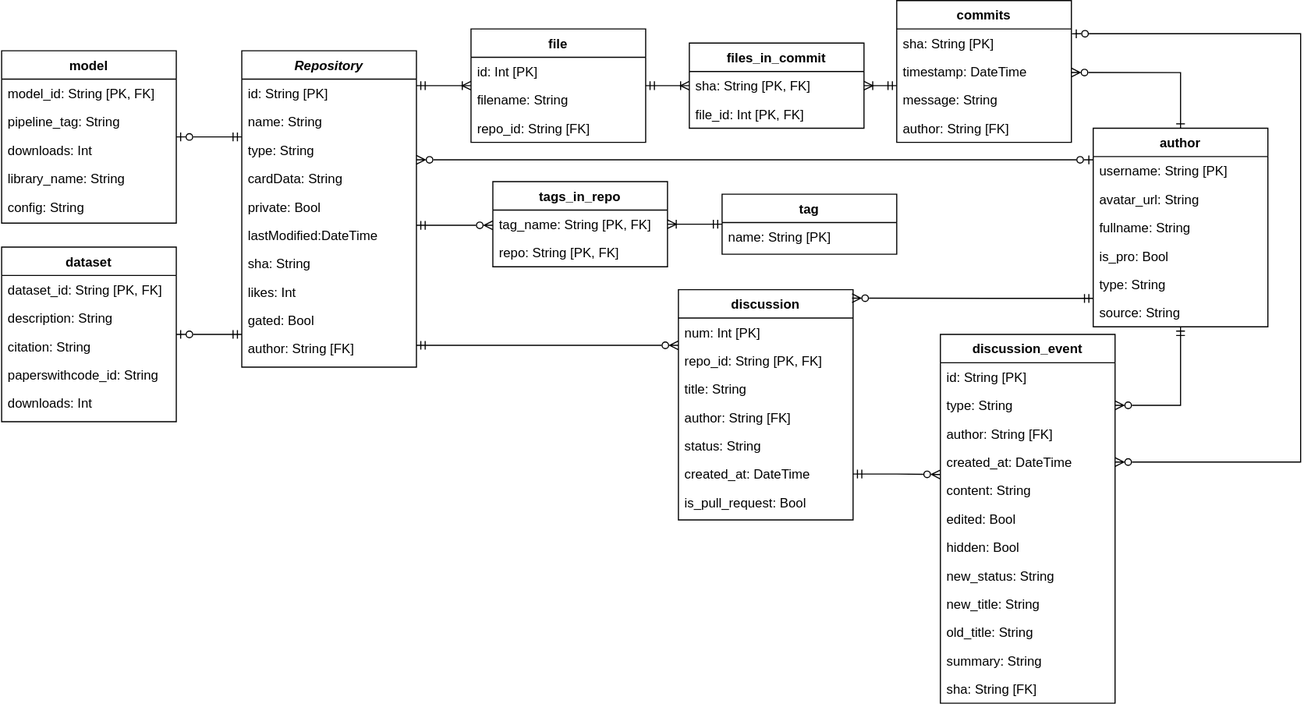
Before: resources/figs/databaseDiagram.svg, a diagram exported from draw.io (SOM-Research/HFCommunity). Source tidied: cells renumbered, new cells last; positions are measured from the earlier drawing's top-left corner, leaving out a move shared by most shapes.
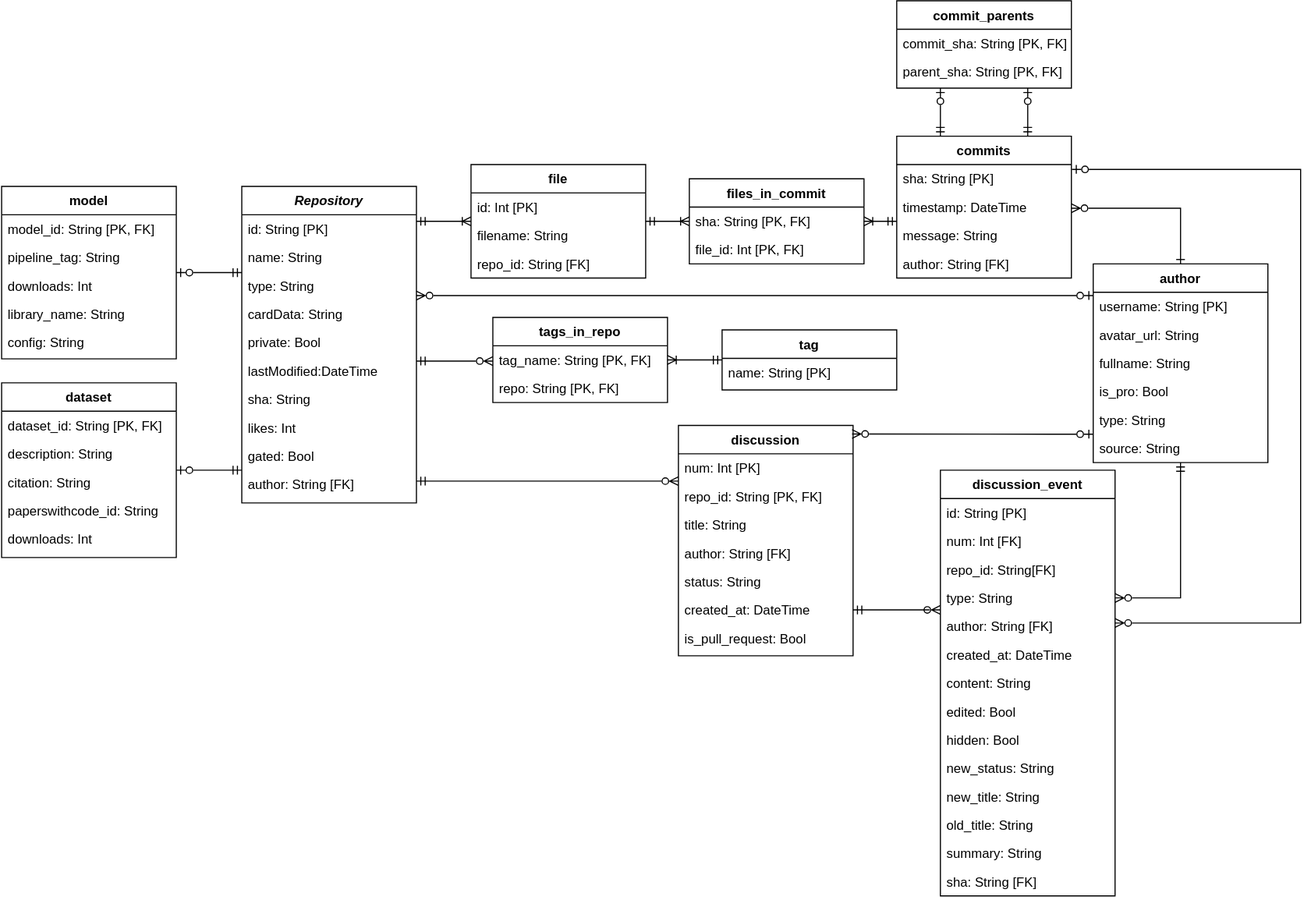
The same diagram one commit later.

Diff of the diagram source:
```diff
@@ -219,6 +219,22 @@
         </Array>
       </mxGeometry>
     </mxCell>
+    <mxCell id="84" style="edgeStyle=orthogonalEdgeStyle;rounded=0;jettySize=auto;html=1;exitX=0.25;exitY=0;exitDx=0;exitDy=0;startArrow=ERmandOne;startFill=0;endArrow=ERzeroToOne;endFill=0;" parent="1" edge="1" source="62" target="88">
+      <mxGeometry relative="1" as="geometry">
+        <Array as="points">
+          <mxPoint x="860" y="-14" />
+          <mxPoint x="860" y="-14" />
+        </Array>
+      </mxGeometry>
+    </mxCell>
+    <mxCell id="85" style="edgeStyle=orthogonalEdgeStyle;rounded=0;jettySize=auto;html=1;exitX=0.75;exitY=0;exitDx=0;exitDy=0;startArrow=ERmandOne;startFill=0;endArrow=ERzeroToOne;endFill=0;" parent="1" edge="1" source="62" target="88">
+      <mxGeometry relative="1" as="geometry">
+        <Array as="points">
+          <mxPoint x="940" y="-14" />
+          <mxPoint x="940" y="-14" />
+        </Array>
+      </mxGeometry>
+    </mxCell>
     <mxCell id="62" value="commits" style="swimlane;fontStyle=1;align=center;verticalAlign=top;horizontal=1;startSize=26;rounded=0;shadow=0;strokeWidth=1;strokeColor=#000000;" parent="1" vertex="1">
       <mxGeometry x="820" width="160" height="130" as="geometry" />
     </mxCell>
@@ -235,45 +251,51 @@
       <mxGeometry y="104" width="160" height="26" as="geometry" />
     </mxCell>
     <mxCell id="67" value="discussion_event" style="swimlane;fontStyle=1;align=center;verticalAlign=top;horizontal=1;startSize=26;rounded=0;shadow=0;strokeWidth=1;strokeColor=#000000;" parent="1" vertex="1">
-      <mxGeometry x="860" y="306" width="160" height="338" as="geometry" />
+      <mxGeometry x="860" y="306" width="160" height="390" as="geometry" />
     </mxCell>
     <mxCell id="68" value="id: String [PK]" style="text;align=left;verticalAlign=top;spacingLeft=4;spacingRight=4;overflow=hidden;strokeWidth=2;" parent="67" vertex="1">
       <mxGeometry y="26" width="160" height="26" as="geometry" />
     </mxCell>
+    <mxCell id="86" value="num: Int [FK]" style="text;align=left;verticalAlign=top;spacingLeft=4;spacingRight=4;overflow=hidden;strokeWidth=2;" parent="67" vertex="1">
+      <mxGeometry y="52" width="160" height="26" as="geometry" />
+    </mxCell>
+    <mxCell id="87" value="repo_id: String[FK]" style="text;align=left;verticalAlign=top;spacingLeft=4;spacingRight=4;overflow=hidden;strokeWidth=2;" parent="67" vertex="1">
+      <mxGeometry y="78" width="160" height="26" as="geometry" />
+    </mxCell>
     <mxCell id="69" value="type: String" style="text;align=left;verticalAlign=top;spacingLeft=4;spacingRight=4;overflow=hidden;points=[[0,0.5],[1,0.5]];portConstraint=eastwest;rounded=0;shadow=0;html=0;strokeWidth=2;" parent="67" vertex="1">
-      <mxGeometry y="52" width="160" height="26" as="geometry" />
+      <mxGeometry y="104" width="160" height="26" as="geometry" />
     </mxCell>
     <mxCell id="70" value="author: String [FK]" style="text;align=left;verticalAlign=top;spacingLeft=4;spacingRight=4;overflow=hidden;rounded=0;shadow=0;html=0;strokeWidth=2;" parent="67" vertex="1">
-      <mxGeometry y="78" width="160" height="26" as="geometry" />
+      <mxGeometry y="130" width="160" height="26" as="geometry" />
     </mxCell>
     <mxCell id="71" value="created_at: DateTime" style="text;align=left;verticalAlign=top;spacingLeft=4;spacingRight=4;overflow=hidden;points=[[0,0.5],[1,0.5]];portConstraint=eastwest;rounded=0;shadow=0;html=0;strokeWidth=2;" parent="67" vertex="1">
-      <mxGeometry y="104" width="160" height="26" as="geometry" />
+      <mxGeometry y="156" width="160" height="26" as="geometry" />
     </mxCell>
     <mxCell id="72" value="content: String" style="text;align=left;verticalAlign=top;spacingLeft=4;spacingRight=4;overflow=hidden;rounded=0;shadow=0;html=0;strokeWidth=2;" parent="67" vertex="1">
-      <mxGeometry y="130" width="160" height="26" as="geometry" />
+      <mxGeometry y="182" width="160" height="26" as="geometry" />
     </mxCell>
     <mxCell id="73" value="edited: Bool" style="text;align=left;verticalAlign=top;spacingLeft=4;spacingRight=4;overflow=hidden;rounded=0;shadow=0;html=0;strokeWidth=2;" parent="67" vertex="1">
-      <mxGeometry y="156" width="160" height="26" as="geometry" />
+      <mxGeometry y="208" width="160" height="26" as="geometry" />
     </mxCell>
     <mxCell id="74" value="hidden: Bool" style="text;align=left;verticalAlign=top;spacingLeft=4;spacingRight=4;overflow=hidden;rounded=0;shadow=0;html=0;strokeWidth=2;" parent="67" vertex="1">
-      <mxGeometry y="182" width="160" height="26" as="geometry" />
+      <mxGeometry y="234" width="160" height="26" as="geometry" />
     </mxCell>
     <mxCell id="75" value="new_status: String" style="text;align=left;verticalAlign=top;spacingLeft=4;spacingRight=4;overflow=hidden;rounded=0;shadow=0;html=0;strokeWidth=2;" parent="67" vertex="1">
-      <mxGeometry y="208" width="160" height="26" as="geometry" />
+      <mxGeometry y="260" width="160" height="26" as="geometry" />
     </mxCell>
     <mxCell id="76" value="new_title: String" style="text;align=left;verticalAlign=top;spacingLeft=4;spacingRight=4;overflow=hidden;rounded=0;shadow=0;html=0;strokeWidth=2;" parent="67" vertex="1">
-      <mxGeometry y="234" width="160" height="26" as="geometry" />
+      <mxGeometry y="286" width="160" height="26" as="geometry" />
     </mxCell>
     <mxCell id="77" value="old_title: String" style="text;align=left;verticalAlign=top;spacingLeft=4;spacingRight=4;overflow=hidden;rounded=0;shadow=0;html=0;strokeWidth=2;" parent="67" vertex="1">
-      <mxGeometry y="260" width="160" height="26" as="geometry" />
+      <mxGeometry y="312" width="160" height="26" as="geometry" />
     </mxCell>
     <mxCell id="78" value="summary: String" style="text;align=left;verticalAlign=top;spacingLeft=4;spacingRight=4;overflow=hidden;rounded=0;shadow=0;html=0;strokeWidth=2;" parent="67" vertex="1">
-      <mxGeometry y="286" width="160" height="26" as="geometry" />
+      <mxGeometry y="338" width="160" height="26" as="geometry" />
     </mxCell>
     <mxCell id="79" value="sha: String [FK]" style="text;align=left;verticalAlign=top;spacingLeft=4;spacingRight=4;overflow=hidden;rounded=0;shadow=0;html=0;strokeWidth=2;" parent="67" vertex="1">
-      <mxGeometry y="312" width="160" height="26" as="geometry" />
+      <mxGeometry y="364" width="160" height="26" as="geometry" />
     </mxCell>
-    <mxCell id="80" style="edgeStyle=orthogonalEdgeStyle;rounded=0;jettySize=auto;html=1;entryX=0.994;entryY=0.037;entryDx=0;entryDy=0;entryPerimeter=0;startArrow=ERmandOne;startFill=0;endArrow=ERzeroToMany;endFill=0;" parent="1" edge="1" source="26" target="18">
+    <mxCell id="80" style="edgeStyle=orthogonalEdgeStyle;rounded=0;jettySize=auto;html=1;entryX=0.994;entryY=0.037;entryDx=0;entryDy=0;entryPerimeter=0;startArrow=ERzeroToOne;startFill=0;endArrow=ERzeroToMany;endFill=0;" parent="1" edge="1" source="26" target="18">
       <mxGeometry relative="1" as="geometry">
         <Array as="points">
           <mxPoint x="960" y="273" />
@@ -281,13 +303,18 @@
         </Array>
       </mxGeometry>
     </mxCell>
-    <mxCell id="81" style="edgeStyle=orthogonalEdgeStyle;rounded=0;jettySize=auto;html=1;exitX=1;exitY=0.5;exitDx=0;exitDy=0;startArrow=ERmandOne;startFill=0;endArrow=ERzeroToMany;endFill=0;entryX=-0.001;entryY=0.938;entryDx=0;entryDy=0;entryPerimeter=0;" parent="1" edge="1" source="24" target="71">
-      <mxGeometry relative="1" as="geometry" />
+    <mxCell id="81" style="edgeStyle=orthogonalEdgeStyle;rounded=0;jettySize=auto;html=1;exitX=1;exitY=0.5;exitDx=0;exitDy=0;startArrow=ERmandOne;startFill=0;endArrow=ERzeroToMany;endFill=0;" parent="1" edge="1" source="24" target="67">
+      <mxGeometry relative="1" as="geometry">
+        <Array as="points">
+          <mxPoint x="850" y="434" />
+          <mxPoint x="850" y="434" />
+        </Array>
+      </mxGeometry>
     </mxCell>
-    <mxCell id="82" style="edgeStyle=orthogonalEdgeStyle;rounded=0;jettySize=auto;html=1;exitX=1;exitY=0.5;exitDx=0;exitDy=0;entryX=1.003;entryY=0.171;entryDx=0;entryDy=0;entryPerimeter=0;startArrow=ERzeroToMany;startFill=0;endArrow=ERzeroToOne;endFill=0;" parent="1" edge="1" source="71" target="63">
+    <mxCell id="82" style="edgeStyle=orthogonalEdgeStyle;rounded=0;jettySize=auto;html=1;entryX=1.003;entryY=0.171;entryDx=0;entryDy=0;entryPerimeter=0;startArrow=ERzeroToMany;startFill=0;endArrow=ERzeroToOne;endFill=0;" parent="1" edge="1" source="67" target="63">
       <mxGeometry relative="1" as="geometry">
         <Array as="points">
-          <mxPoint x="1190" y="423" />
+          <mxPoint x="1190" y="446" />
           <mxPoint x="1190" y="30" />
         </Array>
       </mxGeometry>
@@ -295,5 +322,14 @@
     <mxCell id="83" style="edgeStyle=orthogonalEdgeStyle;rounded=0;jettySize=auto;html=1;exitX=1;exitY=0.5;exitDx=0;exitDy=0;entryX=0.5;entryY=1;entryDx=0;entryDy=0;startArrow=ERzeroToMany;startFill=0;endArrow=ERmandOne;endFill=0;" parent="1" edge="1" source="69" target="26">
       <mxGeometry relative="1" as="geometry" />
     </mxCell>
+    <mxCell id="88" value="commit_parents" style="swimlane;fontStyle=1;align=center;verticalAlign=top;horizontal=1;startSize=26;rounded=0;shadow=0;strokeWidth=1;strokeColor=#000000;" parent="1" vertex="1">
+      <mxGeometry x="820" y="-124" width="160" height="80" as="geometry" />
+    </mxCell>
+    <mxCell id="89" value="commit_sha: String [PK, FK]" style="text;align=left;verticalAlign=top;spacingLeft=4;spacingRight=4;overflow=hidden;strokeWidth=2;" parent="88" vertex="1">
+      <mxGeometry y="26" width="160" height="26" as="geometry" />
+    </mxCell>
+    <mxCell id="90" value="parent_sha: String [PK, FK]" style="text;align=left;verticalAlign=top;spacingLeft=4;spacingRight=4;overflow=hidden;strokeWidth=2;" parent="88" vertex="1">
+      <mxGeometry y="52" width="160" height="26" as="geometry" />
+    </mxCell>
   </root>
 </mxGraphModel>
```
